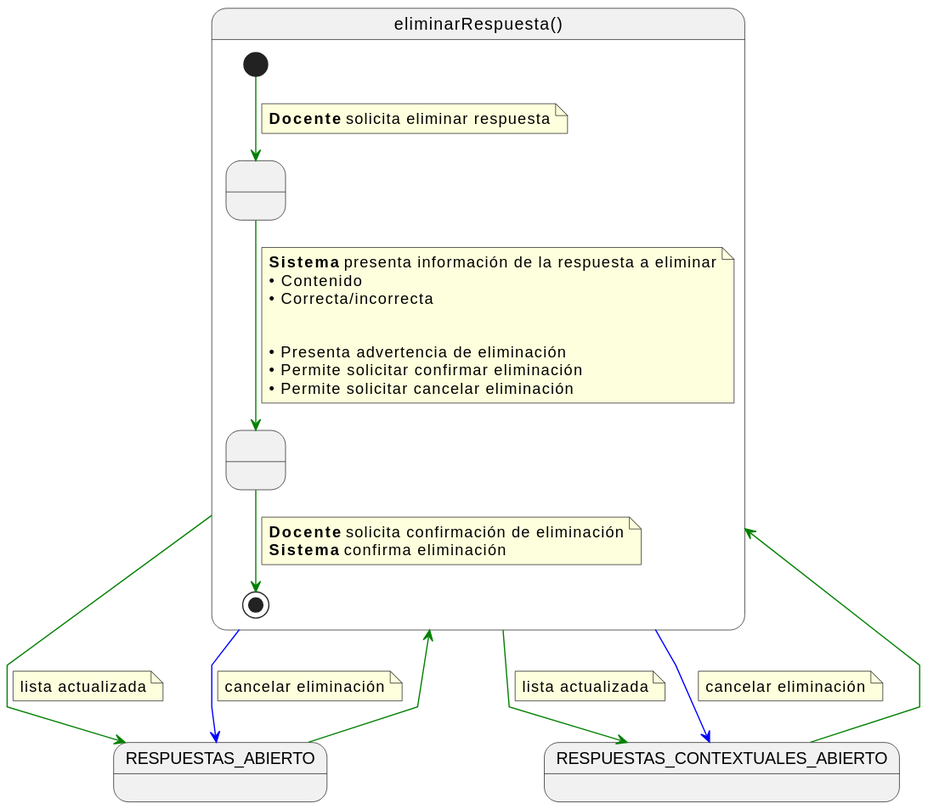
The PlantUML diagram documents/casos-de-uso/detalladoCasosDeUso/eliminarRespuesta/eliminarRespuesta.svg in martinlopez7/25-26-IdSw1-SdR, before a commit. Source of this version:
```plantuml
@startuml
skinparam linetype polyline

state eliminarRespuesta as "eliminarRespuesta()" {

    state " " as ConfirmandoEliminacion
    state " " as EliminandoRespuesta

    [*] -[#green]-> ConfirmandoEliminacion
    note on link
    <b>Docente</b> solicita eliminar respuesta
    end note

    ConfirmandoEliminacion -[#green]-> EliminandoRespuesta
    note on link
    <b>Sistema</b> presenta información de la respuesta a eliminar
    • Contenido
    • Correcta/incorrecta


    • Presenta advertencia de eliminación
    • Permite solicitar confirmar eliminación
    • Permite solicitar cancelar eliminación
    end note

    EliminandoRespuesta -[#green]-> [*]
    note on link
    <b>Docente</b> solicita confirmación de eliminación
    <b>Sistema</b> confirma eliminación
    end note
}

RESPUESTAS_ABIERTO -[#green]-> eliminarRespuesta
RESPUESTAS_CONTEXTUALES_ABIERTO -[#green]-> eliminarRespuesta

eliminarRespuesta -[#green]-> RESPUESTAS_ABIERTO
note on link
lista actualizada
end note

eliminarRespuesta -[#green]-> RESPUESTAS_CONTEXTUALES_ABIERTO
note on link
lista actualizada
end note

eliminarRespuesta -[#blue]-> RESPUESTAS_ABIERTO
note on link
cancelar eliminación
end note

eliminarRespuesta -[#blue]-> RESPUESTAS_CONTEXTUALES_ABIERTO
note on link
cancelar eliminación
end note
@enduml
```
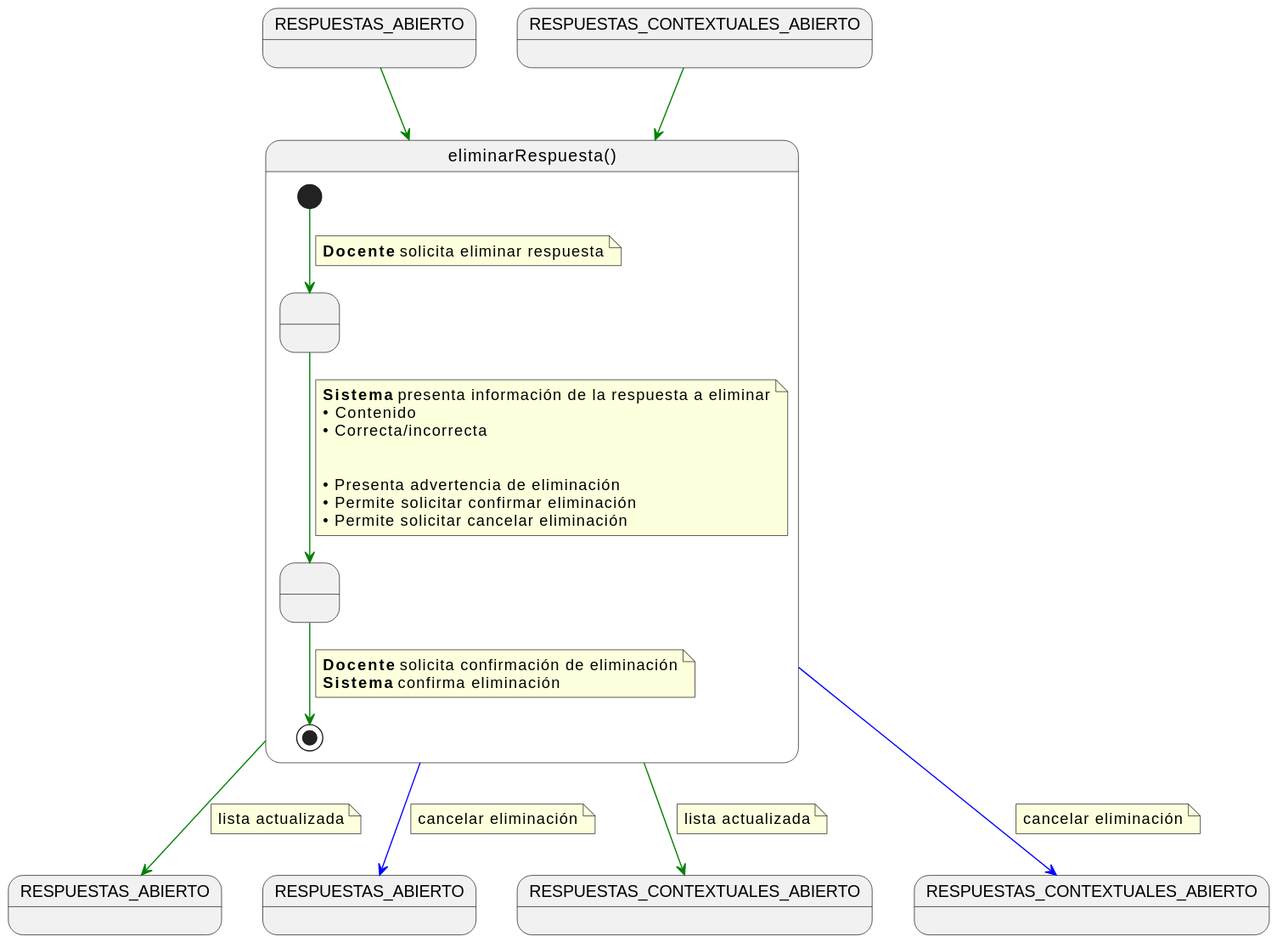
The same diagram one commit later.

The edit, as a diff of the source:
```diff
@@ -1,5 +1,10 @@
 @startuml
 skinparam linetype polyline
+
+state RESPUESTAS_ABIERTO2 as "RESPUESTAS_ABIERTO"
+state RESPUESTAS_ABIERTO3 as "RESPUESTAS_ABIERTO"
+state RESPUESTAS_CONTEXTUALES_ABIERTO2 as "RESPUESTAS_CONTEXTUALES_ABIERTO"
+state RESPUESTAS_CONTEXTUALES_ABIERTO3 as "RESPUESTAS_CONTEXTUALES_ABIERTO"
 
 state eliminarRespuesta as "eliminarRespuesta()" {
 
@@ -33,22 +38,22 @@
 RESPUESTAS_ABIERTO -[#green]-> eliminarRespuesta
 RESPUESTAS_CONTEXTUALES_ABIERTO -[#green]-> eliminarRespuesta
 
-eliminarRespuesta -[#green]-> RESPUESTAS_ABIERTO
+eliminarRespuesta -[#green]-> RESPUESTAS_ABIERTO2
 note on link
 lista actualizada
 end note
 
-eliminarRespuesta -[#green]-> RESPUESTAS_CONTEXTUALES_ABIERTO
+eliminarRespuesta -[#green]-> RESPUESTAS_CONTEXTUALES_ABIERTO2
 note on link
 lista actualizada
 end note
 
-eliminarRespuesta -[#blue]-> RESPUESTAS_ABIERTO
+eliminarRespuesta -[#blue]-> RESPUESTAS_ABIERTO3
 note on link
 cancelar eliminación
 end note
 
-eliminarRespuesta -[#blue]-> RESPUESTAS_CONTEXTUALES_ABIERTO
+eliminarRespuesta -[#blue]-> RESPUESTAS_CONTEXTUALES_ABIERTO3
 note on link
 cancelar eliminación
 end note
```
